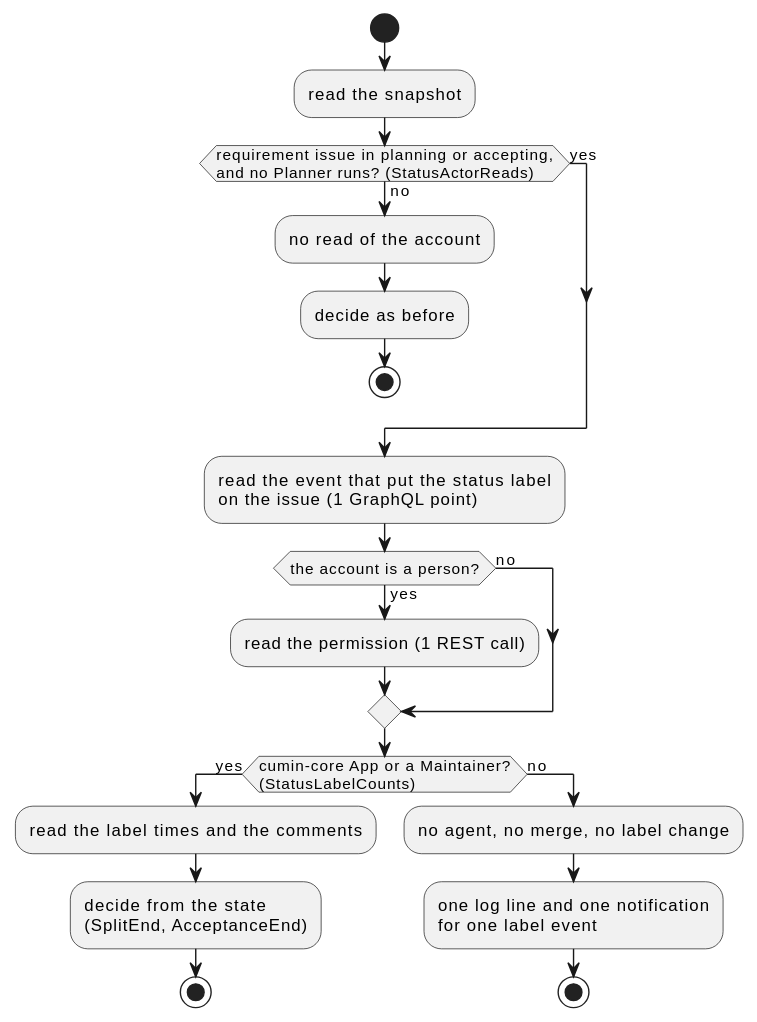
cloveclovedev/cumin-works keeps this PlantUML diagram as docs/ja/designs/poll-status-actor.svg. Above is the earlier version.
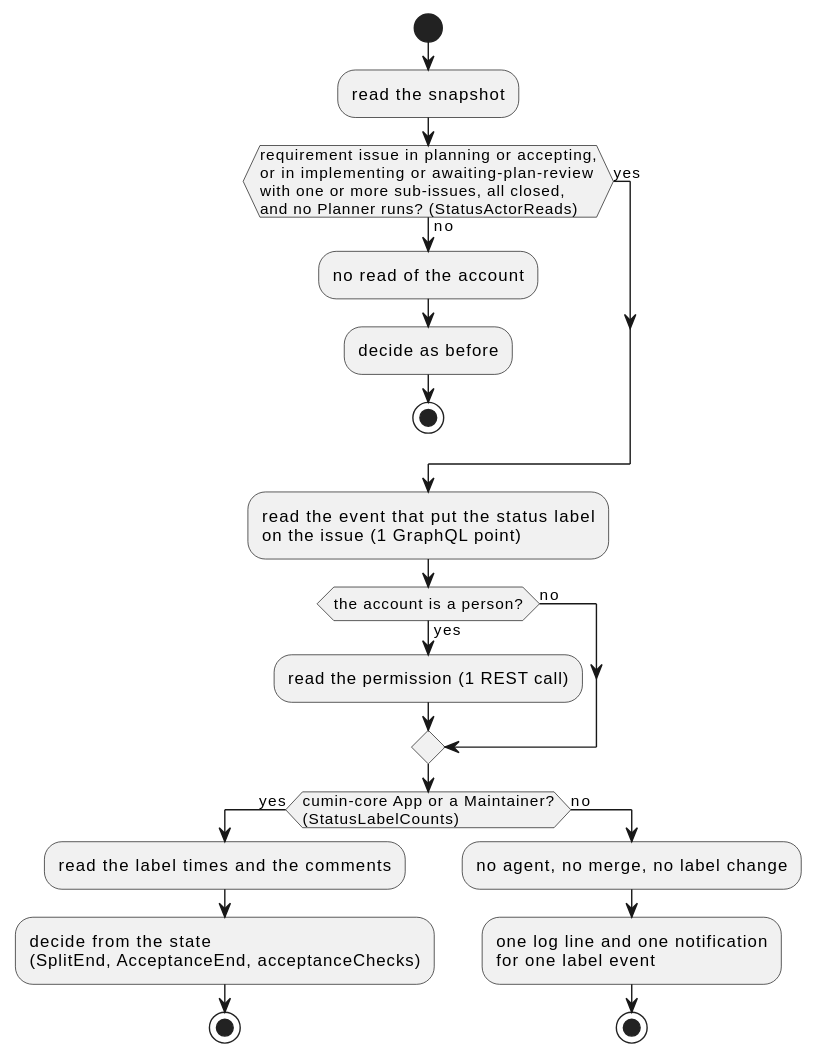
The same diagram one commit later.

Commit message:
fix(workflow): check the account of the status label before the acceptance check is requested (#739)

Change to the diagram source:
```diff
@@ -4,7 +4,7 @@
 
 start
 :read the snapshot;
-if (requirement issue in planning or accepting,\nand no Planner runs? (StatusActorReads)) then (no)
+if (requirement issue in planning or accepting,\nor in implementing or awaiting-plan-review\nwith one or more sub-issues, all closed,\nand no Planner runs? (StatusActorReads)) then (no)
   :no read of the account;
   :decide as before;
   stop
@@ -17,7 +17,7 @@
 endif
 if (cumin-core App or a Maintainer?\n(StatusLabelCounts)) then (yes)
   :read the label times and the comments;
-  :decide from the state\n(SplitEnd, AcceptanceEnd);
+  :decide from the state\n(SplitEnd, AcceptanceEnd, acceptanceChecks);
   stop
 else (no)
   :no agent, no merge, no label change;
```
